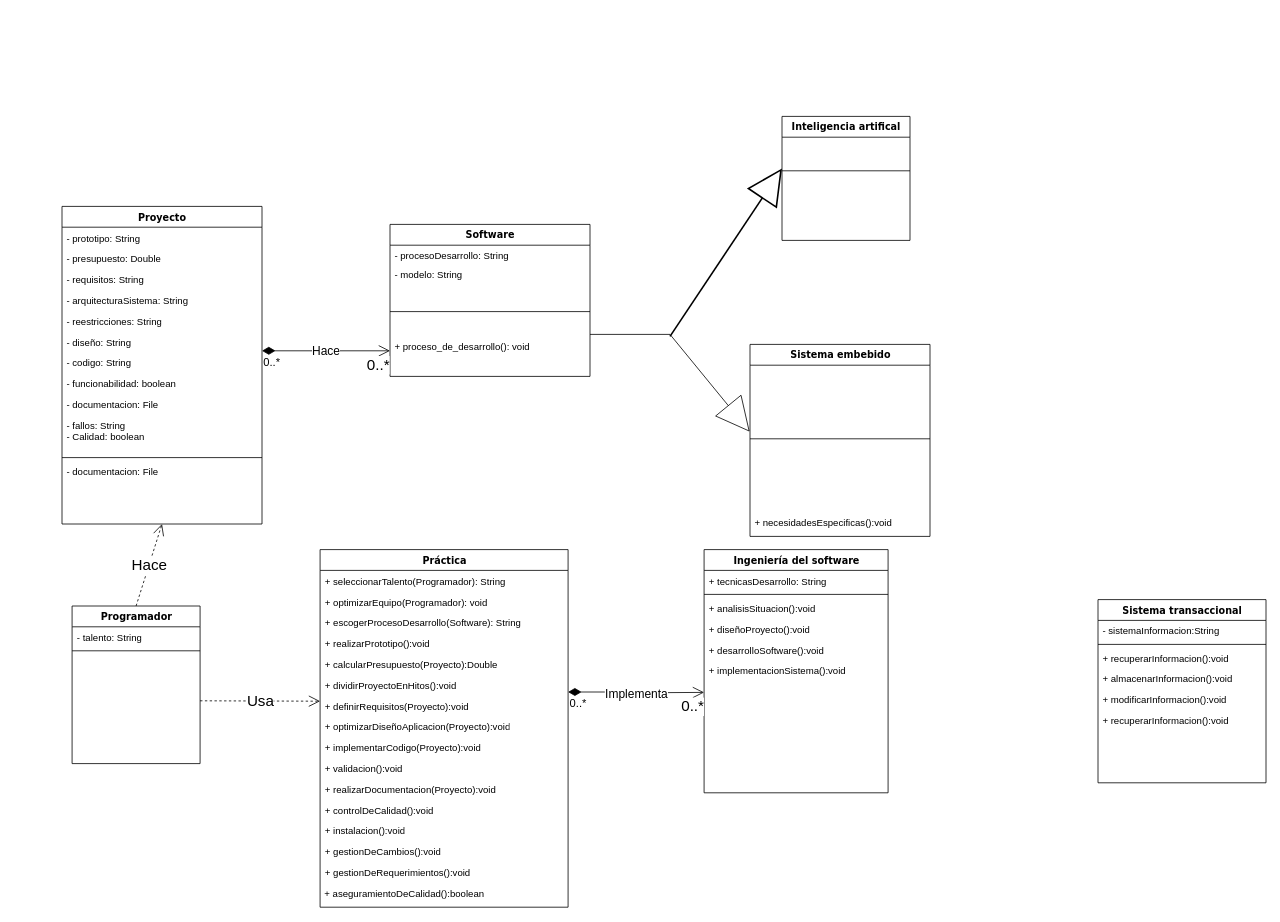
This is Untitled Diagram.drawio from NeutronBlast/IS-Ex, a draw.io file, before an edit. Source tidied: cells renumbered, new cells numbered last; positions are measured from the earlier drawing's top-left corner, leaving out a move shared by most shapes. Both pictures are drawn from the tidied source at 80%, with x=0, y=0 at pixel (62, 116).
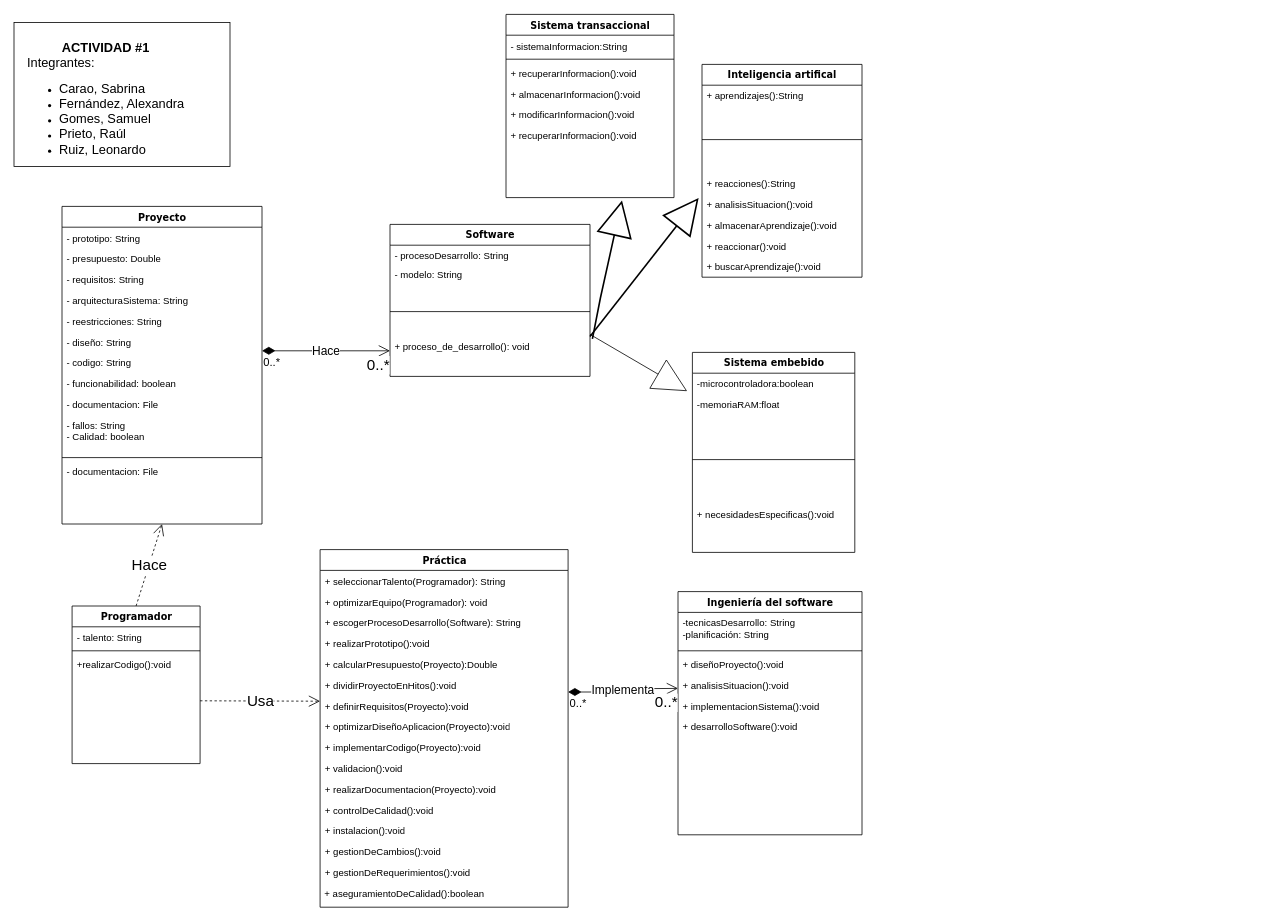
The same page after the edit.

The change refers to these unchanged cells:
```xml
<mxCell id="13" value="+ dividirProyectoEnHitos():void" style="text;html=1;strokeColor=none;fillColor=none;align=left;verticalAlign=top;spacingLeft=4;spacingRight=4;whiteSpace=wrap;overflow=hidden;points=[[0,0.5],[1,0.5]];portConstraint=eastwest;" parent="7" vertex="1">
  <mxGeometry y="156" width="310" height="26" as="geometry" />
</mxCell>
<mxCell id="24" value="Programador" style="swimlane;html=1;fontStyle=1;align=center;verticalAlign=top;horizontal=1;startSize=26;swimlaneFillColor=#ffffff;rounded=0;shadow=0;comic=0;labelBackgroundColor=none;strokeColor=#000000;strokeWidth=1;fillColor=none;fontFamily=Verdana;fontSize=12;fontColor=#000000;" parent="1" vertex="1">
  <mxGeometry x="12.6" y="612" width="160" height="197" as="geometry" />
</mxCell>
```

What changed in the source:
```diff
@@
+    <mxCell id="69" value="+realizarCodigo():void&lt;br&gt;&lt;br&gt;" style="text;html=1;strokeColor=none;fillColor=none;align=left;verticalAlign=top;spacingLeft=4;spacingRight=4;whiteSpace=wrap;overflow=hidden;" parent="24" vertex="1">
+      <mxGeometry y="60" width="160" height="26" as="geometry" />
+    </mxCell>
@@
     <mxCell id="40" value="Ingeniería del software" style="swimlane;html=1;fontStyle=1;align=center;verticalAlign=top;horizontal=1;startSize=26;swimlaneFillColor=#ffffff;rounded=0;shadow=0;comic=0;labelBackgroundColor=none;strokeColor=#000000;strokeWidth=1;fillColor=none;fontFamily=Verdana;fontSize=12;fontColor=#000000;" parent="1" vertex="1">
-      <mxGeometry x="802.6" y="541.5" width="230" height="304" as="geometry" />
+      <mxGeometry x="770" y="594" width="230" height="304" as="geometry" />
     </mxCell>
-    <mxCell id="41" value="+ tecnicasDesarrollo: String" style="text;html=1;strokeColor=none;fillColor=none;align=left;verticalAlign=top;spacingLeft=4;spacingRight=4;whiteSpace=wrap;overflow=hidden;" parent="40" vertex="1">
-      <mxGeometry y="26" width="230" height="26" as="geometry" />
+    <mxCell id="41" value="&lt;div&gt;-tecnicasDesarrollo: String&lt;/div&gt;&lt;div&gt;-planificación: String&lt;br&gt;&lt;/div&gt;&lt;div&gt;&lt;br&gt;&lt;/div&gt;&lt;div&gt;&lt;br&gt;&lt;/div&gt;" style="text;html=1;strokeColor=none;fillColor=none;align=left;verticalAlign=top;spacingLeft=4;spacingRight=4;whiteSpace=wrap;overflow=hidden;" parent="40" vertex="1">
+      <mxGeometry y="26" width="230" height="44" as="geometry" />
     </mxCell>
     <mxCell id="42" style="line;html=1;strokeWidth=1;fillColor=none;align=left;verticalAlign=middle;spacingTop=-1;spacingLeft=3;spacingRight=3;labelPosition=right;" parent="40" vertex="1">
-      <mxGeometry y="52" width="230" height="8" as="geometry" />
+      <mxGeometry y="70" width="230" height="8" as="geometry" />
     </mxCell>
+    <mxCell id="44" value="+ diseñoProyecto():void" style="text;html=1;strokeColor=none;fillColor=none;align=left;verticalAlign=top;spacingLeft=4;spacingRight=4;whiteSpace=wrap;overflow=hidden;" parent="40" vertex="1">
+      <mxGeometry y="78" width="230" height="26" as="geometry" />
+    </mxCell>
     <mxCell id="43" value="+ analisisSituacion():void" style="text;html=1;strokeColor=none;fillColor=none;align=left;verticalAlign=top;spacingLeft=4;spacingRight=4;whiteSpace=wrap;overflow=hidden;" parent="40" vertex="1">
-      <mxGeometry y="60" width="230" height="26" as="geometry" />
+      <mxGeometry y="104" width="230" height="26" as="geometry" />
     </mxCell>
-    <mxCell id="44" value="+ diseñoProyecto():void" style="text;html=1;strokeColor=none;fillColor=none;align=left;verticalAlign=top;spacingLeft=4;spacingRight=4;whiteSpace=wrap;overflow=hidden;" parent="40" vertex="1">
-      <mxGeometry y="86" width="230" height="26" as="geometry" />
-    </mxCell>
+    <mxCell id="46" value="+ implementacionSistema():void" style="text;html=1;strokeColor=none;fillColor=none;align=left;verticalAlign=top;spacingLeft=4;spacingRight=4;whiteSpace=wrap;overflow=hidden;" parent="40" vertex="1">
+      <mxGeometry y="130" width="230" height="26" as="geometry" />
+    </mxCell>
     <mxCell id="45" value="+ desarrolloSoftware():void" style="text;html=1;strokeColor=none;fillColor=none;align=left;verticalAlign=top;spacingLeft=4;spacingRight=4;whiteSpace=wrap;overflow=hidden;" parent="40" vertex="1">
-      <mxGeometry y="112" width="230" height="26" as="geometry" />
+      <mxGeometry y="156" width="230" height="26" as="geometry" />
     </mxCell>
-    <mxCell id="46" value="+ implementacionSistema():void" style="text;html=1;strokeColor=none;fillColor=none;align=left;verticalAlign=top;spacingLeft=4;spacingRight=4;whiteSpace=wrap;overflow=hidden;" parent="40" vertex="1">
-      <mxGeometry y="138" width="230" height="26" as="geometry" />
-    </mxCell>
     <mxCell id="47" value="Sistema embebido" style="swimlane;html=1;fontStyle=1;align=center;verticalAlign=top;horizontal=1;startSize=26;swimlaneFillColor=#ffffff;rounded=0;shadow=0;comic=0;labelBackgroundColor=none;strokeColor=#000000;strokeWidth=1;fillColor=none;fontFamily=Verdana;fontSize=12;fontColor=#000000;" parent="1" vertex="1">
-      <mxGeometry x="860" y="285" width="225" height="240" as="geometry" />
+      <mxGeometry x="788" y="295" width="203" height="250" as="geometry" />
     </mxCell>
+    <mxCell id="70" value="-microcontroladora:boolean" style="text;html=1;strokeColor=none;fillColor=none;align=left;verticalAlign=top;spacingLeft=4;spacingRight=4;whiteSpace=wrap;overflow=hidden;" parent="47" vertex="1">
+      <mxGeometry y="26" width="203" height="26" as="geometry" />
+    </mxCell>
+    <mxCell id="71" value="&lt;div&gt;-memoriaRAM:float&lt;/div&gt;&lt;div&gt;&lt;br&gt;&lt;/div&gt;" style="text;html=1;strokeColor=none;fillColor=none;align=left;verticalAlign=top;spacingLeft=4;spacingRight=4;whiteSpace=wrap;overflow=hidden;points=[[0,0.5],[1,0.5]];portConstraint=eastwest;" parent="47" vertex="1">
+      <mxGeometry y="52" width="203" height="26" as="geometry" />
+    </mxCell>
     <mxCell id="48" style="line;html=1;strokeWidth=1;fillColor=none;align=left;verticalAlign=middle;spacingTop=-1;spacingLeft=3;spacingRight=3;labelPosition=right;" parent="47" vertex="1">
-      <mxGeometry y="26" width="225" height="184" as="geometry" />
+      <mxGeometry y="78" width="203" height="112" as="geometry" />
     </mxCell>
     <mxCell id="49" value="+ necesidadesEspecificas():void" style="text;html=1;strokeColor=none;fillColor=none;align=left;verticalAlign=top;spacingLeft=4;spacingRight=4;whiteSpace=wrap;overflow=hidden;" parent="47" vertex="1">
-      <mxGeometry y="210" width="225" height="30" as="geometry" />
+      <mxGeometry y="190" width="203" height="30" as="geometry" />
     </mxCell>
     <mxCell id="50" value="Inteligencia artifical" style="swimlane;html=1;fontStyle=1;align=center;verticalAlign=top;horizontal=1;startSize=26;swimlaneFillColor=#ffffff;rounded=0;shadow=0;comic=0;labelBackgroundColor=none;strokeColor=#000000;strokeWidth=1;fillColor=none;fontFamily=Verdana;fontSize=12;fontColor=#000000;" parent="1" vertex="1">
-      <mxGeometry x="900" width="160" height="155" as="geometry" />
+      <mxGeometry x="800" y="-65" width="200" height="266" as="geometry" />
     </mxCell>
+    <mxCell id="72" value="+ aprendizajes():String&lt;br&gt;&lt;br&gt;" style="text;html=1;strokeColor=none;fillColor=none;align=left;verticalAlign=top;spacingLeft=4;spacingRight=4;whiteSpace=wrap;overflow=hidden;" parent="50" vertex="1">
+      <mxGeometry y="26" width="200" height="26" as="geometry" />
+    </mxCell>
     <mxCell id="51" style="line;html=1;strokeWidth=1;fillColor=none;align=left;verticalAlign=middle;spacingTop=-1;spacingLeft=3;spacingRight=3;labelPosition=right;" parent="50" vertex="1">
-      <mxGeometry y="26" width="160" height="84" as="geometry" />
+      <mxGeometry y="52" width="200" height="84" as="geometry" />
     </mxCell>
+    <mxCell id="73" value="+ reacciones():String" style="text;html=1;strokeColor=none;fillColor=none;align=left;verticalAlign=top;spacingLeft=4;spacingRight=4;whiteSpace=wrap;overflow=hidden;points=[[0,0.5],[1,0.5]];portConstraint=eastwest;" parent="50" vertex="1">
+      <mxGeometry y="136" width="200" height="26" as="geometry" />
+    </mxCell>
+    <mxCell id="74" value="+ analisisSituacion():void" style="text;html=1;strokeColor=none;fillColor=none;align=left;verticalAlign=top;spacingLeft=4;spacingRight=4;whiteSpace=wrap;overflow=hidden;" parent="50" vertex="1">
+      <mxGeometry y="162" width="200" height="26" as="geometry" />
+    </mxCell>
+    <mxCell id="75" value="+ almacenarAprendizaje():void" style="text;html=1;strokeColor=none;fillColor=none;align=left;verticalAlign=top;spacingLeft=4;spacingRight=4;whiteSpace=wrap;overflow=hidden;" parent="50" vertex="1">
+      <mxGeometry y="188" width="200" height="26" as="geometry" />
+    </mxCell>
+    <mxCell id="76" value="+ reaccionar():void" style="text;html=1;strokeColor=none;fillColor=none;align=left;verticalAlign=top;spacingLeft=4;spacingRight=4;whiteSpace=wrap;overflow=hidden;" parent="50" vertex="1">
+      <mxGeometry y="214" width="200" height="26" as="geometry" />
+    </mxCell>
+    <mxCell id="77" value="+ buscarAprendizaje():void" style="text;html=1;strokeColor=none;fillColor=none;align=left;verticalAlign=top;spacingLeft=4;spacingRight=4;whiteSpace=wrap;overflow=hidden;" parent="50" vertex="1">
+      <mxGeometry y="240" width="200" height="26" as="geometry" />
+    </mxCell>
     <mxCell id="52" value="Sistema transaccional" style="swimlane;html=1;fontStyle=1;align=center;verticalAlign=top;horizontal=1;startSize=26;swimlaneFillColor=#ffffff;rounded=0;shadow=0;comic=0;labelBackgroundColor=none;strokeColor=#000000;strokeWidth=1;fillColor=none;fontFamily=Verdana;fontSize=12;fontColor=#000000;" parent="1" vertex="1">
-      <mxGeometry x="1295" y="604" width="210" height="229" as="geometry" />
+      <mxGeometry x="555" y="-127.5" width="210" height="229" as="geometry" />
     </mxCell>
@@
     <mxCell id="62" value="Implementa&lt;br style=&quot;font-size: 15px&quot;&gt;" style="endArrow=open;html=1;endSize=12;startArrow=diamondThin;startSize=14;startFill=1;edgeStyle=orthogonalEdgeStyle;strokeColor=#000000;shadow=0;comic=0;fontSize=15;exitX=1;exitY=0.846;exitDx=0;exitDy=0;exitPerimeter=0;" parent="1" edge="1" source="13">
       <mxGeometry relative="1" as="geometry">
-        <mxPoint x="802.6" y="720" as="targetPoint" />
+        <mxPoint x="770" y="715" as="targetPoint" />
       </mxGeometry>
     </mxCell>
@@
-    <mxCell id="67" style="endArrow=block;endFill=0;endSize=40;html=1;shadow=0;strokeColor=#000000;fontSize=19;rounded=0;jumpSize=0;entryX=0;entryY=0.5;entryDx=0;entryDy=0;startSize=22;" parent="1" edge="1">
+    <mxCell id="67" style="endArrow=block;endFill=0;endSize=40;html=1;shadow=0;strokeColor=#000000;fontSize=19;rounded=0;jumpSize=0;startSize=22;entryX=-0.032;entryY=-0.137;entryDx=0;entryDy=0;entryPerimeter=0;" parent="1" edge="1" target="71">
       <mxGeometry relative="1" as="geometry">
         <mxPoint x="660" y="272.5" as="sourcePoint" />
-        <mxPoint x="859.6" y="394.1" as="targetPoint" />
-        <Array as="points">
-          <mxPoint x="760" y="272.5" />
-        </Array>
       </mxGeometry>
     </mxCell>
-    <mxCell id="68" style="endArrow=block;endFill=0;endSize=40;html=1;shadow=0;strokeColor=#000000;fontSize=19;rounded=0;jumpSize=0;entryX=0;entryY=0.5;entryDx=0;entryDy=0;strokeWidth=2;startSize=22;sourcePerimeterSpacing=9;" parent="1" edge="1">
+    <mxCell id="68" style="endArrow=block;endFill=0;endSize=40;html=1;shadow=0;strokeColor=#000000;fontSize=19;rounded=0;jumpSize=0;entryX=-0.021;entryY=1.192;entryDx=0;entryDy=0;strokeWidth=2;startSize=22;sourcePerimeterSpacing=9;entryPerimeter=0;" parent="1" edge="1" target="73">
       <mxGeometry relative="1" as="geometry">
-        <mxPoint x="760" y="275" as="sourcePoint" />
-        <mxPoint x="900" y="65" as="targetPoint" />
+        <mxPoint x="660" y="275" as="sourcePoint" />
       </mxGeometry>
     </mxCell>
+    <mxCell id="78" style="rounded=0;whiteSpace=wrap;html=1;" parent="1" vertex="1">
+      <mxGeometry x="-60" y="-117.5" width="270" height="180" as="geometry" />
+    </mxCell>
+    <mxCell id="79" value="&lt;div align=&quot;left&quot;&gt;&lt;font style=&quot;font-size: 18px&quot;&gt;&lt;br&gt;&lt;/font&gt;&lt;/div&gt;&lt;div align=&quot;center&quot;&gt;&lt;b&gt;&lt;font size=&quot;3&quot;&gt;ACTIVIDAD #1&lt;/font&gt;&lt;/b&gt;&lt;/div&gt;&lt;div align=&quot;left&quot;&gt;&lt;font size=&quot;3&quot;&gt;Integrantes:&lt;br&gt;&lt;/font&gt;&lt;/div&gt;&lt;div align=&quot;left&quot;&gt;&lt;ul&gt;&lt;li&gt;&lt;font size=&quot;3&quot;&gt;Carao, Sabrina&lt;/font&gt;&lt;/li&gt;&lt;li&gt;&lt;font size=&quot;3&quot;&gt;Fernández, Alexandra&lt;/font&gt;&lt;/li&gt;&lt;li&gt;&lt;font size=&quot;3&quot;&gt;Gomes, Samuel&lt;/font&gt;&lt;/li&gt;&lt;li&gt;&lt;font size=&quot;3&quot;&gt;Prieto, Raúl&lt;/font&gt;&lt;/li&gt;&lt;li&gt;&lt;font size=&quot;3&quot;&gt;Ruiz, Leonardo&lt;br&gt;&lt;/font&gt;&lt;/li&gt;&lt;/ul&gt;&lt;/div&gt;" style="text;html=1;strokeColor=none;fillColor=none;align=center;verticalAlign=middle;whiteSpace=wrap;rounded=0;" parent="1" vertex="1">
+      <mxGeometry x="-50" y="-55" width="210" height="55" as="geometry" />
+    </mxCell>
+    <mxCell id="80" style="endArrow=block;endFill=0;endSize=40;html=1;shadow=0;strokeColor=#000000;fontSize=19;rounded=0;jumpSize=0;strokeWidth=2;startSize=22;sourcePerimeterSpacing=9;" parent="1" edge="1">
+      <mxGeometry relative="1" as="geometry">
+        <mxPoint x="663" y="278" as="sourcePoint" />
+        <mxPoint x="700" y="105" as="targetPoint" />
+        <Array as="points">
+          <mxPoint x="673" y="227" />
+        </Array>
+      </mxGeometry>
+    </mxCell>
```
